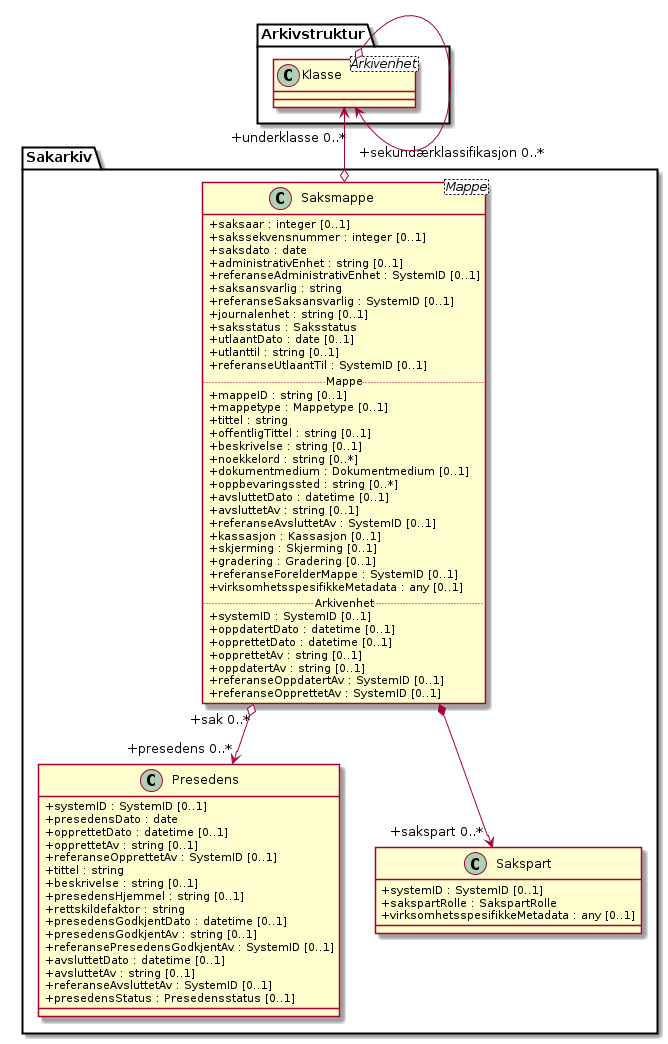
The PlantUML diagram kapitler/media/uml-saksmappe.png in arkivverket/noark5-tjenestegrensesnitt-standard, before a commit.
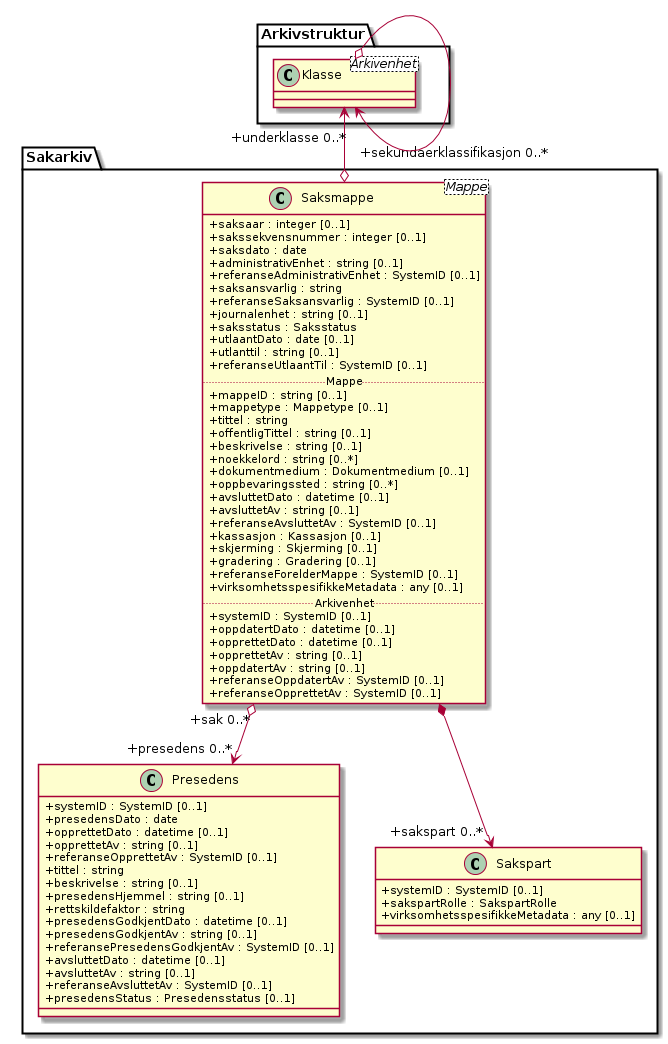
Above is the later version.

Diff of the diagram source:
```diff
@@ -67,7 +67,7 @@
 }
 
 class Arkivstruktur.Klasse <Arkivenhet>
-Arkivstruktur.Klasse "\n\n+sekundærklassifikasjon 0..*"  <--o Sakarkiv.Saksmappe
+Arkivstruktur.Klasse "\n\n+sekundaerklassifikasjon 0..*"  <--o Sakarkiv.Saksmappe
 Arkivstruktur.Klasse o--> "\n+underklasse 0..*" Arkivstruktur.Klasse
 Sakarkiv.Saksmappe "+sak 0..*" o--> "+presedens 0..*" Sakarkiv.Presedens
 Sakarkiv.Saksmappe *--> "+sakspart 0..*" Sakarkiv.Sakspart
```
